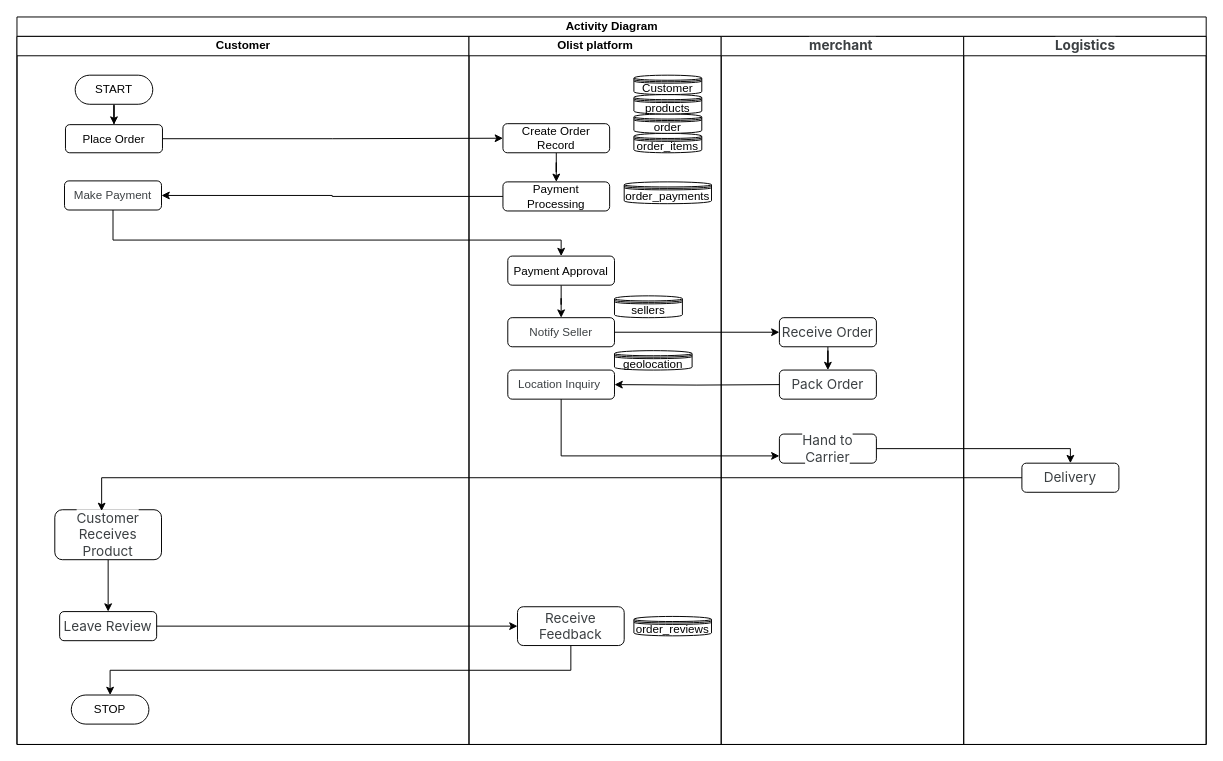
Above: diagrams/Activity Diagram.drawio in Thiraporn/olist_e_commerce (draw.io), before the change. Source tidied: cells renumbered, new cells numbered last; positions are measured from the earlier drawing's top-left corner, leaving out a move shared by most shapes. Both pictures are drawn from the tidied source at 97%, with x=0, y=0 at pixel (16, 16).
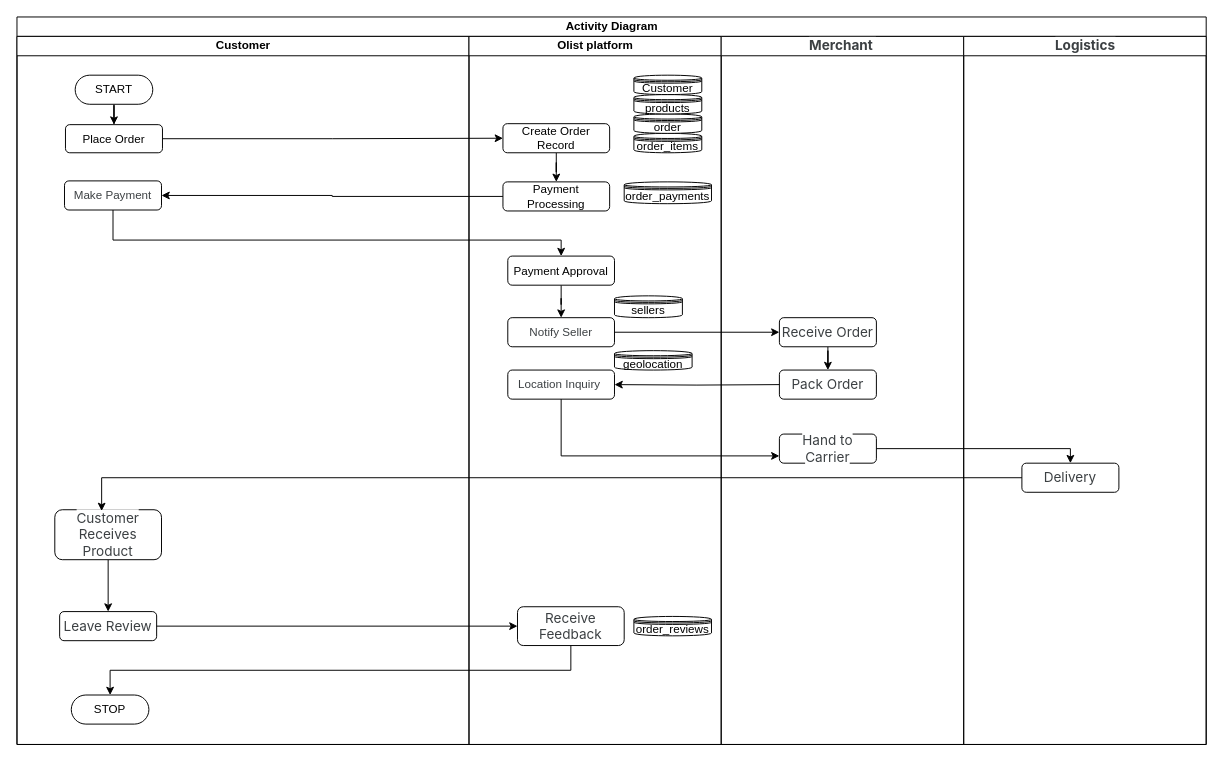
After the change.

The change refers to these unchanged cells:
```xml
<mxCell id="2" value="Activity Diagram" style="swimlane;startSize=20;html=1;" parent="1" vertex="1">
  <mxGeometry width="1226" height="750" as="geometry" />
</mxCell>
```

The edit, as a diff of the source:
```diff
@@
-    <mxCell id="29" value="&lt;span style=&quot;color: rgb(60, 64, 67); font-family: Inter, sans-serif; font-size: 14px; text-align: start; text-wrap-mode: wrap; background-color: rgb(255, 255, 255);&quot;&gt;merchant&amp;nbsp;&lt;/span&gt;" style="swimlane;startSize=20;html=1;" parent="2" vertex="1">
+    <mxCell id="29" value="&lt;span style=&quot;color: rgb(60, 64, 67); font-family: Inter, sans-serif; font-size: 14px; text-align: start; text-wrap-mode: wrap; background-color: rgb(255, 255, 255);&quot;&gt;Merchant&amp;nbsp;&lt;/span&gt;" style="swimlane;startSize=20;html=1;" parent="2" vertex="1">
       <mxGeometry x="726" y="20" width="250" height="730" as="geometry" />
     </mxCell>
```
